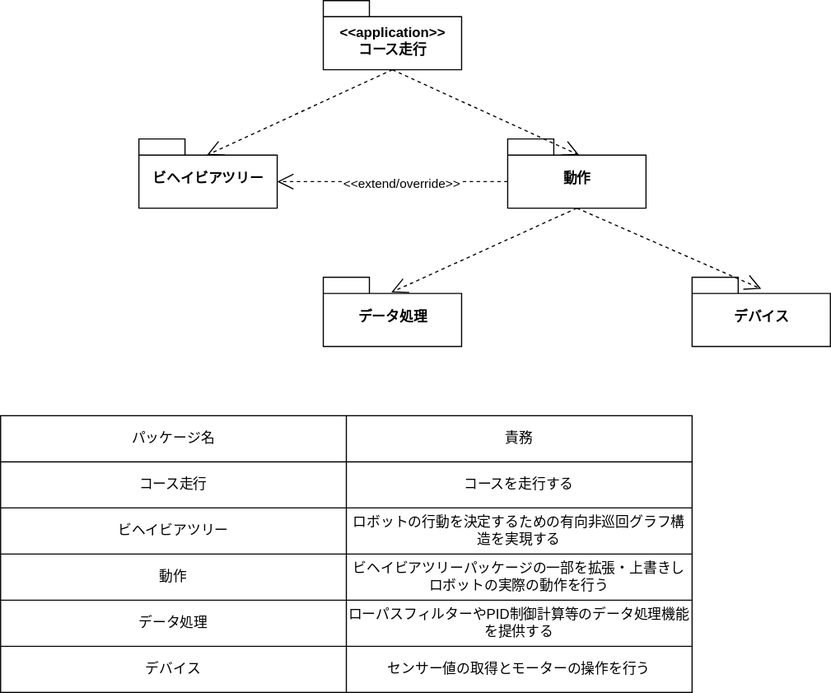
Above: ms2021/package.drawio.svg in ymnkmstk/roboyama (draw.io), before the change. Source tidied: cells renumbered, new cells last; positions are measured from the earlier drawing's top-left corner, leaving out a move shared by most shapes. The source it was exported from:
```xml
<mxGraphModel>
  <root>
    <mxCell id="0" />
    <mxCell id="1" parent="0" />
    <mxCell id="2" value="&amp;lt;&amp;lt;application&amp;gt;&amp;gt;&lt;br&gt;コース走行" style="shape=folder;fontStyle=1;spacingTop=10;tabWidth=40;tabHeight=14;tabPosition=left;html=1;" parent="1" vertex="1">
      <mxGeometry x="280" width="120" height="60" as="geometry" />
    </mxCell>
    <mxCell id="3" value="ビヘイビアツリー" style="shape=folder;fontStyle=1;spacingTop=10;tabWidth=40;tabHeight=14;tabPosition=left;html=1;" parent="1" vertex="1">
      <mxGeometry x="120" y="120" width="120" height="60" as="geometry" />
    </mxCell>
    <mxCell id="4" value="動作" style="shape=folder;fontStyle=1;spacingTop=10;tabWidth=40;tabHeight=14;tabPosition=left;html=1;" parent="1" vertex="1">
      <mxGeometry x="440" y="120" width="120" height="60" as="geometry" />
    </mxCell>
    <mxCell id="5" value="データ処理" style="shape=folder;fontStyle=1;spacingTop=10;tabWidth=40;tabHeight=14;tabPosition=left;html=1;" parent="1" vertex="1">
      <mxGeometry x="280" y="240" width="120" height="60" as="geometry" />
    </mxCell>
    <mxCell id="6" value="デバイス" style="shape=folder;fontStyle=1;spacingTop=10;tabWidth=40;tabHeight=14;tabPosition=left;html=1;" parent="1" vertex="1">
      <mxGeometry x="600" y="240" width="120" height="60" as="geometry" />
    </mxCell>
    <mxCell id="7" style="shape=table;html=1;whiteSpace=wrap;startSize=0;" parent="1" vertex="1">
      <mxGeometry y="360" width="600" height="240" as="geometry" />
    </mxCell>
    <mxCell id="8" style="shape=partialRectangle;html=1;whiteSpace=wrap;fillColor=none;top=0;left=0;bottom=0;right=0;" parent="7" vertex="1">
      <mxGeometry width="600" height="40" as="geometry" />
    </mxCell>
    <mxCell id="9" value="パッケージ名" style="shape=partialRectangle;html=1;whiteSpace=wrap;overflow=hidden;fillColor=none;top=0;left=0;bottom=0;right=0;" parent="8" vertex="1">
      <mxGeometry width="300" height="40" as="geometry" />
    </mxCell>
    <mxCell id="10" value="責務" style="shape=partialRectangle;html=1;whiteSpace=wrap;overflow=hidden;fillColor=none;top=0;left=0;bottom=0;right=0;" parent="8" vertex="1">
      <mxGeometry x="300" width="300" height="40" as="geometry" />
    </mxCell>
    <mxCell id="11" style="shape=partialRectangle;html=1;whiteSpace=wrap;fillColor=none;top=0;left=0;bottom=0;right=0;" parent="7" vertex="1">
      <mxGeometry y="40" width="600" height="40" as="geometry" />
    </mxCell>
    <mxCell id="12" value="コース走行" style="shape=partialRectangle;html=1;whiteSpace=wrap;overflow=hidden;fillColor=none;top=0;left=0;bottom=0;right=0;" parent="11" vertex="1">
      <mxGeometry width="300" height="40" as="geometry" />
    </mxCell>
    <mxCell id="13" value="コースを走行する" style="shape=partialRectangle;html=1;whiteSpace=wrap;overflow=hidden;fillColor=none;top=0;left=0;bottom=0;right=0;" parent="11" vertex="1">
      <mxGeometry x="300" width="300" height="40" as="geometry" />
    </mxCell>
    <mxCell id="14" style="shape=partialRectangle;html=1;whiteSpace=wrap;fillColor=none;top=0;left=0;bottom=0;right=0;" parent="7" vertex="1">
      <mxGeometry y="80" width="600" height="40" as="geometry" />
    </mxCell>
    <mxCell id="15" value="ビヘイビアツリー" style="shape=partialRectangle;html=1;whiteSpace=wrap;overflow=hidden;fillColor=none;top=0;left=0;bottom=0;right=0;" parent="14" vertex="1">
      <mxGeometry width="300" height="40" as="geometry" />
    </mxCell>
    <mxCell id="16" value="ロボットの行動を決定するための有向非巡回グラフ構造を実現する" style="shape=partialRectangle;html=1;whiteSpace=wrap;overflow=hidden;fillColor=none;top=0;left=0;bottom=0;right=0;" parent="14" vertex="1">
      <mxGeometry x="300" width="300" height="40" as="geometry" />
    </mxCell>
    <mxCell id="17" style="shape=partialRectangle;html=1;whiteSpace=wrap;fillColor=none;top=0;left=0;bottom=0;right=0;" parent="7" vertex="1">
      <mxGeometry y="120" width="600" height="40" as="geometry" />
    </mxCell>
    <mxCell id="18" value="動作" style="shape=partialRectangle;html=1;whiteSpace=wrap;overflow=hidden;fillColor=none;top=0;left=0;bottom=0;right=0;" parent="17" vertex="1">
      <mxGeometry width="300" height="40" as="geometry" />
    </mxCell>
    <mxCell id="19" value="ビヘイビアツリーパッケージの一部を拡張・上書きしロボットの実際の動作を行う" style="shape=partialRectangle;html=1;whiteSpace=wrap;overflow=hidden;fillColor=none;top=0;left=0;bottom=0;right=0;" parent="17" vertex="1">
      <mxGeometry x="300" width="300" height="40" as="geometry" />
    </mxCell>
    <mxCell id="20" style="shape=partialRectangle;html=1;whiteSpace=wrap;fillColor=none;top=0;left=0;bottom=0;right=0;" parent="7" vertex="1">
      <mxGeometry y="160" width="600" height="40" as="geometry" />
    </mxCell>
    <mxCell id="21" value="データ処理" style="shape=partialRectangle;html=1;whiteSpace=wrap;overflow=hidden;fillColor=none;top=0;left=0;bottom=0;right=0;" parent="20" vertex="1">
      <mxGeometry width="300" height="40" as="geometry" />
    </mxCell>
    <mxCell id="22" value="ローパスフィルターやPID制御計算等のデータ処理機能を提供する" style="shape=partialRectangle;html=1;whiteSpace=wrap;overflow=hidden;fillColor=none;top=0;left=0;bottom=0;right=0;" parent="20" vertex="1">
      <mxGeometry x="300" width="300" height="40" as="geometry" />
    </mxCell>
    <mxCell id="23" style="shape=partialRectangle;html=1;whiteSpace=wrap;fillColor=none;top=0;left=0;bottom=0;right=0;" parent="7" vertex="1">
      <mxGeometry y="200" width="600" height="40" as="geometry" />
    </mxCell>
    <mxCell id="24" value="デバイス" style="shape=partialRectangle;html=1;whiteSpace=wrap;overflow=hidden;fillColor=none;top=0;left=0;bottom=0;right=0;" parent="23" vertex="1">
      <mxGeometry width="300" height="40" as="geometry" />
    </mxCell>
    <mxCell id="25" value="センサー値の取得とモーターの操作を行う" style="shape=partialRectangle;html=1;whiteSpace=wrap;overflow=hidden;fillColor=none;top=0;left=0;bottom=0;right=0;" parent="23" vertex="1">
      <mxGeometry x="300" width="300" height="40" as="geometry" />
    </mxCell>
    <mxCell id="26" style="endArrow=open;endSize=12;dashed=1;html=1;exitX=0;exitY=0;exitDx=0;exitDy=37;exitPerimeter=0;entryX=0;entryY=0;entryDx=120;entryDy=37;entryPerimeter=0;" parent="1" edge="1" source="4" target="3">
      <mxGeometry relative="1" as="geometry" />
    </mxCell>
    <mxCell id="27" value="&amp;lt;&amp;lt;extend/override&amp;gt;&amp;gt;" style="edgeLabel;html=1;align=center;verticalAlign=middle;" parent="26" vertex="1">
      <mxGeometry x="-0.07" y="1" relative="1" as="geometry" />
    </mxCell>
    <mxCell id="28" style="endArrow=open;endSize=12;dashed=1;html=1;exitX=0.5;exitY=1;exitDx=0;exitDy=0;exitPerimeter=0;entryX=0.492;entryY=0.233;entryDx=0;entryDy=0;entryPerimeter=0;" parent="1" edge="1" source="2" target="3">
      <mxGeometry relative="1" as="geometry" />
    </mxCell>
    <mxCell id="29" style="endArrow=open;endSize=12;dashed=1;html=1;exitX=0.5;exitY=1;exitDx=0;exitDy=0;exitPerimeter=0;entryX=0.517;entryY=0.233;entryDx=0;entryDy=0;entryPerimeter=0;" parent="1" edge="1" source="2" target="4">
      <mxGeometry relative="1" as="geometry" />
    </mxCell>
    <mxCell id="30" style="endArrow=open;endSize=12;dashed=1;html=1;exitX=0.5;exitY=1;exitDx=0;exitDy=0;exitPerimeter=0;entryX=0.492;entryY=0.217;entryDx=0;entryDy=0;entryPerimeter=0;" parent="1" edge="1" source="4" target="5">
      <mxGeometry relative="1" as="geometry" />
    </mxCell>
    <mxCell id="31" style="endArrow=open;endSize=12;dashed=1;html=1;entryX=0.5;entryY=0.167;entryDx=0;entryDy=0;entryPerimeter=0;exitX=0.5;exitY=1;exitDx=0;exitDy=0;exitPerimeter=0;" parent="1" edge="1" source="4" target="6">
      <mxGeometry relative="1" as="geometry" />
    </mxCell>
  </root>
</mxGraphModel>
```
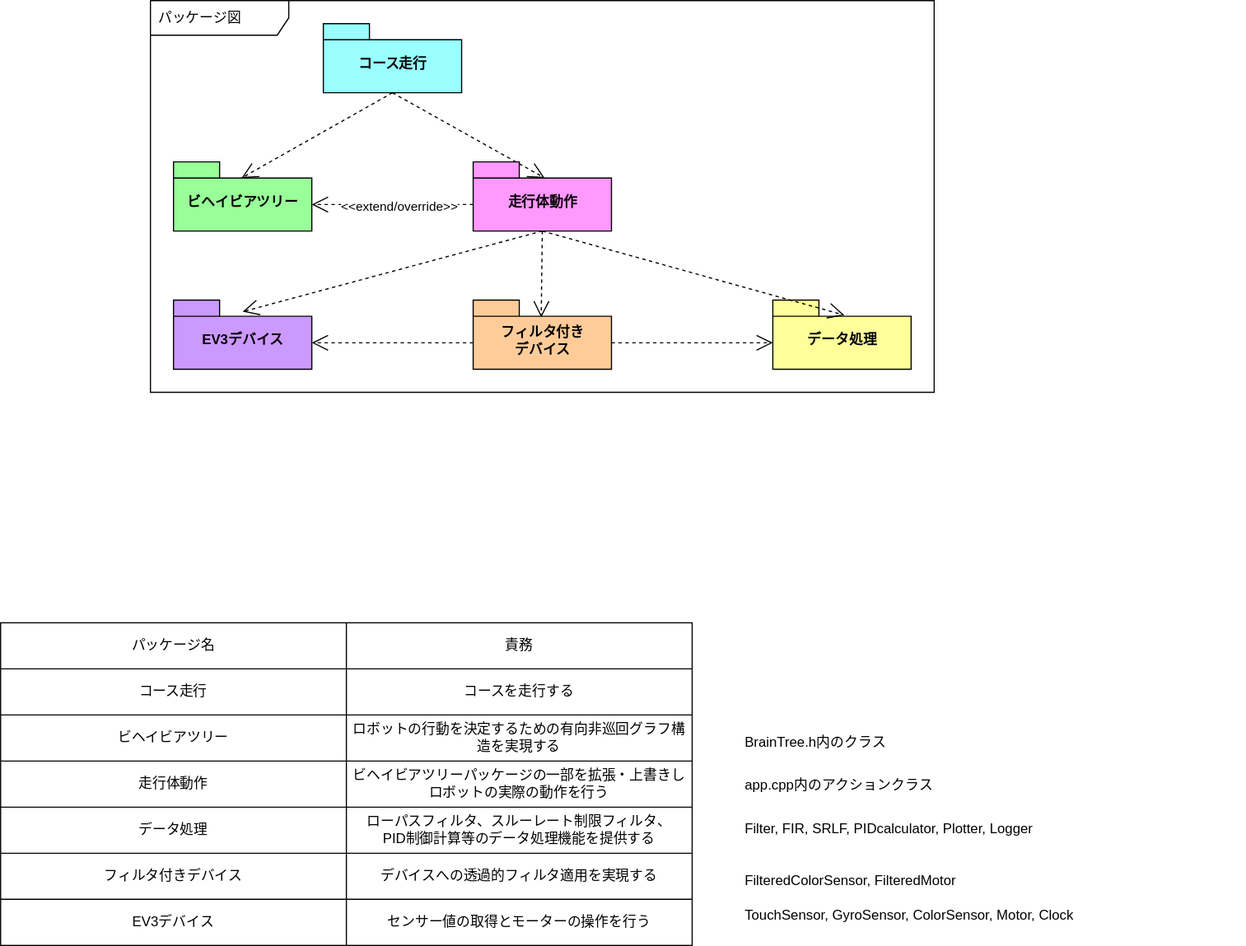
After the commit.

Commit message:
diagrams and scripts updated

What changed in the source:
```diff
@@ -2,23 +2,26 @@
   <root>
     <mxCell id="0" />
     <mxCell id="1" parent="0" />
+    <mxCell id="32" value="パッケージ図" style="shape=umlFrame;whiteSpace=wrap;html=1;width=120;height=30;boundedLbl=1;verticalAlign=middle;align=left;spacingLeft=5;" parent="1" vertex="1">
+      <mxGeometry x="130" y="-20" width="680" height="340" as="geometry" />
+    </mxCell>
-    <mxCell id="2" value="&amp;lt;&amp;lt;application&amp;gt;&amp;gt;&lt;br&gt;コース走行" style="shape=folder;fontStyle=1;spacingTop=10;tabWidth=40;tabHeight=14;tabPosition=left;html=1;" parent="1" vertex="1">
+    <mxCell id="2" value="コース走行" style="shape=folder;fontStyle=1;spacingTop=10;tabWidth=40;tabHeight=14;tabPosition=left;html=1;fillColor=#99FFFF;" parent="1" vertex="1">
       <mxGeometry x="280" width="120" height="60" as="geometry" />
     </mxCell>
-    <mxCell id="3" value="ビヘイビアツリー" style="shape=folder;fontStyle=1;spacingTop=10;tabWidth=40;tabHeight=14;tabPosition=left;html=1;" parent="1" vertex="1">
-      <mxGeometry x="120" y="120" width="120" height="60" as="geometry" />
+    <mxCell id="3" value="ビヘイビアツリー" style="shape=folder;fontStyle=1;spacingTop=10;tabWidth=40;tabHeight=14;tabPosition=left;html=1;fillColor=#99FF99;" parent="1" vertex="1">
+      <mxGeometry x="150" y="120" width="120" height="60" as="geometry" />
     </mxCell>
-    <mxCell id="4" value="動作" style="shape=folder;fontStyle=1;spacingTop=10;tabWidth=40;tabHeight=14;tabPosition=left;html=1;" parent="1" vertex="1">
-      <mxGeometry x="440" y="120" width="120" height="60" as="geometry" />
+    <mxCell id="4" value="走行体動作" style="shape=folder;fontStyle=1;spacingTop=10;tabWidth=40;tabHeight=14;tabPosition=left;html=1;fillColor=#FF99FF;" parent="1" vertex="1">
+      <mxGeometry x="410" y="120" width="120" height="60" as="geometry" />
     </mxCell>
-    <mxCell id="5" value="データ処理" style="shape=folder;fontStyle=1;spacingTop=10;tabWidth=40;tabHeight=14;tabPosition=left;html=1;" parent="1" vertex="1">
-      <mxGeometry x="280" y="240" width="120" height="60" as="geometry" />
+    <mxCell id="5" value="データ処理" style="shape=folder;fontStyle=1;spacingTop=10;tabWidth=40;tabHeight=14;tabPosition=left;html=1;fillColor=#FFFF99;" parent="1" vertex="1">
+      <mxGeometry x="670" y="240" width="120" height="60" as="geometry" />
     </mxCell>
-    <mxCell id="6" value="デバイス" style="shape=folder;fontStyle=1;spacingTop=10;tabWidth=40;tabHeight=14;tabPosition=left;html=1;" parent="1" vertex="1">
-      <mxGeometry x="600" y="240" width="120" height="60" as="geometry" />
+    <mxCell id="6" value="EV3デバイス" style="shape=folder;fontStyle=1;spacingTop=10;tabWidth=40;tabHeight=14;tabPosition=left;html=1;fillColor=#CC99FF;" parent="1" vertex="1">
+      <mxGeometry x="150" y="240" width="120" height="60" as="geometry" />
     </mxCell>
     <mxCell id="7" style="shape=table;html=1;whiteSpace=wrap;startSize=0;" parent="1" vertex="1">
-      <mxGeometry y="360" width="600" height="240" as="geometry" />
+      <mxGeometry y="520" width="600" height="280" as="geometry" />
     </mxCell>
     <mxCell id="8" style="shape=partialRectangle;html=1;whiteSpace=wrap;fillColor=none;top=0;left=0;bottom=0;right=0;" parent="7" vertex="1">
       <mxGeometry width="600" height="40" as="geometry" />
@@ -50,7 +53,7 @@
     <mxCell id="17" style="shape=partialRectangle;html=1;whiteSpace=wrap;fillColor=none;top=0;left=0;bottom=0;right=0;" parent="7" vertex="1">
       <mxGeometry y="120" width="600" height="40" as="geometry" />
     </mxCell>
-    <mxCell id="18" value="動作" style="shape=partialRectangle;html=1;whiteSpace=wrap;overflow=hidden;fillColor=none;top=0;left=0;bottom=0;right=0;" parent="17" vertex="1">
+    <mxCell id="18" value="走行体動作" style="shape=partialRectangle;html=1;whiteSpace=wrap;overflow=hidden;fillColor=none;top=0;left=0;bottom=0;right=0;" parent="17" vertex="1">
       <mxGeometry width="300" height="40" as="geometry" />
     </mxCell>
     <mxCell id="19" value="ビヘイビアツリーパッケージの一部を拡張・上書きしロボットの実際の動作を行う" style="shape=partialRectangle;html=1;whiteSpace=wrap;overflow=hidden;fillColor=none;top=0;left=0;bottom=0;right=0;" parent="17" vertex="1">
@@ -62,13 +65,22 @@
     <mxCell id="21" value="データ処理" style="shape=partialRectangle;html=1;whiteSpace=wrap;overflow=hidden;fillColor=none;top=0;left=0;bottom=0;right=0;" parent="20" vertex="1">
       <mxGeometry width="300" height="40" as="geometry" />
     </mxCell>
-    <mxCell id="22" value="ローパスフィルターやPID制御計算等のデータ処理機能を提供する" style="shape=partialRectangle;html=1;whiteSpace=wrap;overflow=hidden;fillColor=none;top=0;left=0;bottom=0;right=0;" parent="20" vertex="1">
+    <mxCell id="22" value="ローパスフィルタ、スルーレート制限フィルタ、&lt;br&gt;PID制御計算等のデータ処理機能を提供する" style="shape=partialRectangle;html=1;whiteSpace=wrap;overflow=hidden;fillColor=none;top=0;left=0;bottom=0;right=0;" parent="20" vertex="1">
       <mxGeometry x="300" width="300" height="40" as="geometry" />
     </mxCell>
+    <mxCell id="33" style="shape=partialRectangle;html=1;whiteSpace=wrap;fillColor=none;top=0;left=0;bottom=0;right=0;" parent="7" vertex="1">
+      <mxGeometry y="200" width="600" height="40" as="geometry" />
+    </mxCell>
+    <mxCell id="34" value="フィルタ付きデバイス" style="shape=partialRectangle;html=1;whiteSpace=wrap;overflow=hidden;fillColor=none;top=0;left=0;bottom=0;right=0;" parent="33" vertex="1">
+      <mxGeometry width="300" height="40" as="geometry" />
+    </mxCell>
+    <mxCell id="35" value="デバイスへの透過的フィルタ適用を実現する" style="shape=partialRectangle;html=1;whiteSpace=wrap;overflow=hidden;fillColor=none;top=0;left=0;bottom=0;right=0;" parent="33" vertex="1">
+      <mxGeometry x="300" width="300" height="40" as="geometry" />
+    </mxCell>
     <mxCell id="23" style="shape=partialRectangle;html=1;whiteSpace=wrap;fillColor=none;top=0;left=0;bottom=0;right=0;" parent="7" vertex="1">
-      <mxGeometry y="200" width="600" height="40" as="geometry" />
+      <mxGeometry y="240" width="600" height="40" as="geometry" />
     </mxCell>
-    <mxCell id="24" value="デバイス" style="shape=partialRectangle;html=1;whiteSpace=wrap;overflow=hidden;fillColor=none;top=0;left=0;bottom=0;right=0;" parent="23" vertex="1">
+    <mxCell id="24" value="EV3デバイス" style="shape=partialRectangle;html=1;whiteSpace=wrap;overflow=hidden;fillColor=none;top=0;left=0;bottom=0;right=0;" parent="23" vertex="1">
       <mxGeometry width="300" height="40" as="geometry" />
     </mxCell>
     <mxCell id="25" value="センサー値の取得とモーターの操作を行う" style="shape=partialRectangle;html=1;whiteSpace=wrap;overflow=hidden;fillColor=none;top=0;left=0;bottom=0;right=0;" parent="23" vertex="1">
@@ -86,11 +98,38 @@
     <mxCell id="29" style="endArrow=open;endSize=12;dashed=1;html=1;exitX=0.5;exitY=1;exitDx=0;exitDy=0;exitPerimeter=0;entryX=0.517;entryY=0.233;entryDx=0;entryDy=0;entryPerimeter=0;" parent="1" edge="1" source="2" target="4">
       <mxGeometry relative="1" as="geometry" />
     </mxCell>
-    <mxCell id="30" style="endArrow=open;endSize=12;dashed=1;html=1;exitX=0.5;exitY=1;exitDx=0;exitDy=0;exitPerimeter=0;entryX=0.492;entryY=0.217;entryDx=0;entryDy=0;entryPerimeter=0;" parent="1" edge="1" source="4" target="5">
+    <mxCell id="30" style="endArrow=open;endSize=12;dashed=1;html=1;exitX=0.5;exitY=1;exitDx=0;exitDy=0;exitPerimeter=0;entryX=0.492;entryY=0.25;entryDx=0;entryDy=0;entryPerimeter=0;" parent="1" edge="1" source="4" target="36">
       <mxGeometry relative="1" as="geometry" />
     </mxCell>
     <mxCell id="31" style="endArrow=open;endSize=12;dashed=1;html=1;entryX=0.5;entryY=0.167;entryDx=0;entryDy=0;entryPerimeter=0;exitX=0.5;exitY=1;exitDx=0;exitDy=0;exitPerimeter=0;" parent="1" edge="1" source="4" target="6">
       <mxGeometry relative="1" as="geometry" />
     </mxCell>
+    <mxCell id="36" value="フィルタ付き&lt;br&gt;デバイス" style="shape=folder;fontStyle=1;spacingTop=10;tabWidth=40;tabHeight=14;tabPosition=left;html=1;fillColor=#FFCC99;" parent="1" vertex="1">
+      <mxGeometry x="410" y="240" width="120" height="60" as="geometry" />
+    </mxCell>
+    <mxCell id="37" style="endArrow=open;endSize=12;dashed=1;html=1;exitX=0;exitY=0;exitDx=0;exitDy=37;exitPerimeter=0;entryX=0;entryY=0;entryDx=120;entryDy=37;entryPerimeter=0;" parent="1" edge="1" source="36" target="6">
+      <mxGeometry relative="1" as="geometry" />
+    </mxCell>
+    <mxCell id="38" style="endArrow=open;endSize=12;dashed=1;html=1;exitX=0.5;exitY=1;exitDx=0;exitDy=0;exitPerimeter=0;entryX=0.517;entryY=0.217;entryDx=0;entryDy=0;entryPerimeter=0;" parent="1" edge="1" source="4" target="5">
+      <mxGeometry relative="1" as="geometry" />
+    </mxCell>
+    <mxCell id="39" style="endArrow=open;endSize=12;dashed=1;html=1;exitX=0;exitY=0;exitDx=120;exitDy=37;exitPerimeter=0;entryX=0;entryY=0;entryDx=0;entryDy=37;entryPerimeter=0;" parent="1" edge="1" source="36" target="5">
+      <mxGeometry relative="1" as="geometry" />
+    </mxCell>
+    <mxCell id="40" value="app.cpp内のアクションクラス" style="text;strokeColor=none;fillColor=none;align=left;verticalAlign=top;spacingLeft=4;spacingRight=4;overflow=hidden;" parent="1" vertex="1">
+      <mxGeometry x="640" y="647" width="440" height="26" as="geometry" />
+    </mxCell>
+    <mxCell id="41" value="Filter, FIR, SRLF, PIDcalculator, Plotter, Logger" style="text;strokeColor=none;fillColor=none;align=left;verticalAlign=top;spacingLeft=4;spacingRight=4;overflow=hidden;" parent="1" vertex="1">
+      <mxGeometry x="640" y="685" width="440" height="26" as="geometry" />
+    </mxCell>
+    <mxCell id="42" value="FilteredColorSensor, FilteredMotor" style="text;strokeColor=none;fillColor=none;align=left;verticalAlign=top;spacingLeft=4;spacingRight=4;overflow=hidden;" parent="1" vertex="1">
+      <mxGeometry x="640" y="730" width="440" height="26" as="geometry" />
+    </mxCell>
+    <mxCell id="43" value="TouchSensor, GyroSensor, ColorSensor, Motor, Clock" style="text;strokeColor=none;fillColor=none;align=left;verticalAlign=top;spacingLeft=4;spacingRight=4;overflow=hidden;" parent="1" vertex="1">
+      <mxGeometry x="640" y="760" width="440" height="26" as="geometry" />
+    </mxCell>
+    <mxCell id="44" value="BrainTree.h内のクラス" style="text;strokeColor=none;fillColor=none;align=left;verticalAlign=top;spacingLeft=4;spacingRight=4;overflow=hidden;" parent="1" vertex="1">
+      <mxGeometry x="640" y="610" width="440" height="26" as="geometry" />
+    </mxCell>
   </root>
 </mxGraphModel>
```
